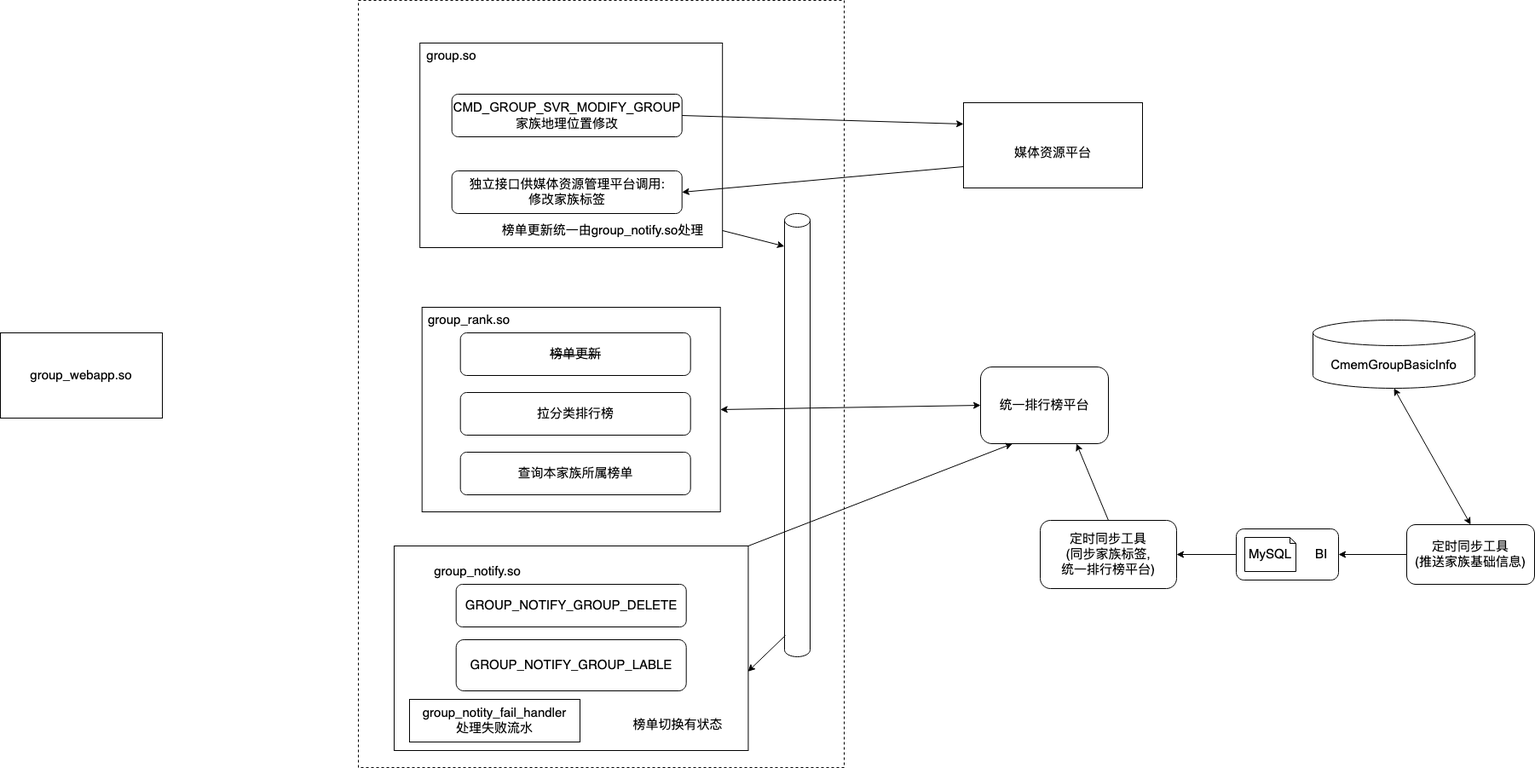
The draw.io diagram 家族榜单切换.png in wu0hgl/note_pic, before a commit. Source tidied: cells renumbered, new cells last; positions are measured from the earlier drawing's top-left corner, leaving out a move shared by most shapes. The source it was exported from:
```xml
<mxGraphModel>
  <root>
    <mxCell id="0" />
    <mxCell id="1" parent="0" />
    <mxCell id="2" style="rounded=0;whiteSpace=wrap;html=1;dashed=1;fontSize=15;" parent="1" vertex="1">
      <mxGeometry x="420" width="570" height="900" as="geometry" />
    </mxCell>
    <mxCell id="3" style="shape=cylinder3;whiteSpace=wrap;html=1;boundedLbl=1;backgroundOutline=1;size=8.000000000000057;fontSize=15;" parent="1" vertex="1">
      <mxGeometry x="920" y="250" width="30" height="520" as="geometry" />
    </mxCell>
    <mxCell id="4" style="rounded=0;whiteSpace=wrap;html=1;fontSize=15;" parent="1" vertex="1">
      <mxGeometry x="492.2" y="50" width="355" height="240" as="geometry" />
    </mxCell>
    <mxCell id="5" value="定时同步工具&lt;br style=&quot;font-size: 15px;&quot;&gt;(推送家族基础信息)" style="rounded=1;whiteSpace=wrap;html=1;fontSize=15;" parent="1" vertex="1">
      <mxGeometry x="1650" y="615" width="150" height="70" as="geometry" />
    </mxCell>
    <mxCell id="6" style="rounded=1;whiteSpace=wrap;html=1;fontSize=15;" parent="1" vertex="1">
      <mxGeometry x="1450" y="620" width="120" height="60" as="geometry" />
    </mxCell>
    <mxCell id="7" style="endArrow=classic;html=1;exitX=0;exitY=0.5;exitDx=0;exitDy=0;entryX=1;entryY=0.5;entryDx=0;entryDy=0;fontSize=15;" parent="1" edge="1" source="5" target="8">
      <mxGeometry relative="1" as="geometry" />
    </mxCell>
    <mxCell id="8" value="BI" style="text;html=1;strokeColor=none;fillColor=none;align=center;verticalAlign=middle;whiteSpace=wrap;rounded=0;fontSize=15;" parent="1" vertex="1">
      <mxGeometry x="1530" y="640" width="40" height="20" as="geometry" />
    </mxCell>
    <mxCell id="9" value="MySQL" style="shape=note;whiteSpace=wrap;html=1;backgroundOutline=1;darkOpacity=0.05;size=7;fontSize=15;" parent="1" vertex="1">
      <mxGeometry x="1460" y="630" width="60" height="40" as="geometry" />
    </mxCell>
    <mxCell id="10" value="统一排行榜平台" style="rounded=1;whiteSpace=wrap;html=1;fontSize=15;" parent="1" vertex="1">
      <mxGeometry x="1150" y="430" width="150" height="90" as="geometry" />
    </mxCell>
    <mxCell id="11" value="定时同步工具&lt;br style=&quot;font-size: 15px;&quot;&gt;(同步家族标签,&lt;br style=&quot;font-size: 15px;&quot;&gt;统一排行榜平台)" style="rounded=1;whiteSpace=wrap;html=1;fontSize=15;" parent="1" vertex="1">
      <mxGeometry x="1220" y="610" width="160" height="80" as="geometry" />
    </mxCell>
    <mxCell id="12" style="endArrow=classic;html=1;exitX=0;exitY=0.5;exitDx=0;exitDy=0;entryX=1;entryY=0.5;entryDx=0;entryDy=0;fontSize=15;" parent="1" edge="1" source="6" target="11">
      <mxGeometry relative="1" as="geometry" />
    </mxCell>
    <mxCell id="13" style="endArrow=classic;html=1;exitX=0.5;exitY=0;exitDx=0;exitDy=0;entryX=0.75;entryY=1;entryDx=0;entryDy=0;fontSize=15;" parent="1" edge="1" source="11" target="10">
      <mxGeometry relative="1" as="geometry" />
    </mxCell>
    <mxCell id="14" value="独立接口供媒体资源管理平台调用: &lt;br&gt;修改家族标签" style="rounded=1;whiteSpace=wrap;html=1;fontSize=15;" parent="1" vertex="1">
      <mxGeometry x="529.7" y="200" width="270" height="50" as="geometry" />
    </mxCell>
    <mxCell id="15" value="group.so" style="text;html=1;strokeColor=none;fillColor=none;align=center;verticalAlign=middle;whiteSpace=wrap;rounded=0;fontSize=15;" parent="1" vertex="1">
      <mxGeometry x="492.2" y="50" width="75" height="30" as="geometry" />
    </mxCell>
    <mxCell id="16" value="&lt;span style=&quot;font-family: &amp;quot;arial&amp;quot;; font-size: 15px; color: rgb(0, 0, 0); font-weight: normal; font-style: normal; text-decoration: none;&quot;&gt;CmemGroupBasicInfo&lt;/span&gt;" style="shape=cylinder3;whiteSpace=wrap;html=1;boundedLbl=1;backgroundOutline=1;size=15;fontSize=15;" parent="1" vertex="1">
      <mxGeometry x="1540" y="375" width="190" height="80" as="geometry" />
    </mxCell>
    <mxCell id="17" value="&lt;span style=&quot;font-family: &amp;#34;arial&amp;#34; ; font-size: 15px ; color: rgb(0 , 0 , 0) ; font-weight: normal ; font-style: normal ; text-decoration: none&quot;&gt;CMD_GROUP_SVR_MODIFY_GROUP&lt;br style=&quot;font-size: 15px&quot;&gt;家族地理位置修改&lt;br style=&quot;font-size: 15px&quot;&gt;&lt;/span&gt;" style="rounded=1;whiteSpace=wrap;html=1;fontSize=15;" parent="1" vertex="1">
      <mxGeometry x="529.7" y="110" width="270" height="50" as="geometry" />
    </mxCell>
    <mxCell id="18" style="endArrow=classic;startArrow=classic;html=1;exitX=0.5;exitY=0;exitDx=0;exitDy=0;entryX=0.5;entryY=1;entryDx=0;entryDy=0;entryPerimeter=0;fontSize=15;" parent="1" edge="1" source="5" target="16">
      <mxGeometry relative="1" as="geometry" />
    </mxCell>
    <mxCell id="19" style="rounded=0;whiteSpace=wrap;html=1;fontSize=15;" parent="1" vertex="1">
      <mxGeometry x="494.7" y="360" width="350" height="240" as="geometry" />
    </mxCell>
    <mxCell id="20" value="&lt;span style=&quot;font-family: &amp;quot;arial&amp;quot;; font-size: 15px; color: rgb(0, 0, 0); font-weight: normal; font-style: normal; text-decoration: none;&quot;&gt;拉分类排行榜&lt;/span&gt;" style="rounded=1;whiteSpace=wrap;html=1;fontSize=15;" parent="1" vertex="1">
      <mxGeometry x="539.7" y="460" width="270" height="50" as="geometry" />
    </mxCell>
    <mxCell id="21" value="group_rank.so" style="text;html=1;strokeColor=none;fillColor=none;align=center;verticalAlign=middle;whiteSpace=wrap;rounded=0;fontSize=15;" parent="1" vertex="1">
      <mxGeometry x="494.7" y="360" width="110" height="30" as="geometry" />
    </mxCell>
    <mxCell id="22" value="&lt;strike&gt;榜单更新&lt;/strike&gt;" style="rounded=1;whiteSpace=wrap;html=1;fontSize=15;" parent="1" vertex="1">
      <mxGeometry x="539.7" y="390" width="270" height="50" as="geometry" />
    </mxCell>
    <mxCell id="23" value="查询本家族所属榜单" style="rounded=1;whiteSpace=wrap;html=1;fontSize=15;" parent="1" vertex="1">
      <mxGeometry x="539.7" y="530" width="270" height="50" as="geometry" />
    </mxCell>
    <mxCell id="24" style="endArrow=classic;startArrow=classic;html=1;exitX=1;exitY=0.5;exitDx=0;exitDy=0;entryX=0;entryY=0.5;entryDx=0;entryDy=0;fontSize=15;" parent="1" edge="1" source="19" target="10">
      <mxGeometry relative="1" as="geometry" />
    </mxCell>
    <mxCell id="25" style="rounded=0;whiteSpace=wrap;html=1;fontSize=15;" parent="1" vertex="1">
      <mxGeometry x="462" y="640" width="415.5" height="240" as="geometry" />
    </mxCell>
    <mxCell id="26" value="group_notify.so" style="text;html=1;strokeColor=none;fillColor=none;align=center;verticalAlign=middle;whiteSpace=wrap;rounded=0;fontSize=15;" parent="1" vertex="1">
      <mxGeometry x="499.7" y="650" width="120.3" height="40" as="geometry" />
    </mxCell>
    <mxCell id="27" value="GROUP_NOTIFY_GROUP_DELETE" style="rounded=1;whiteSpace=wrap;html=1;fontSize=15;" parent="1" vertex="1">
      <mxGeometry x="534.7" y="685" width="270" height="50" as="geometry" />
    </mxCell>
    <mxCell id="28" value="group_notity_fail_handler&lt;br style=&quot;font-size: 15px;&quot;&gt;处理失败流水" style="rounded=0;whiteSpace=wrap;html=1;fontSize=15;" parent="1" vertex="1">
      <mxGeometry x="480" y="820" width="200" height="50" as="geometry" />
    </mxCell>
    <mxCell id="29" style="endArrow=classic;html=1;exitX=1;exitY=0;exitDx=0;exitDy=0;entryX=0.25;entryY=1;entryDx=0;entryDy=0;fontSize=15;" parent="1" edge="1" source="25" target="10">
      <mxGeometry relative="1" as="geometry" />
    </mxCell>
    <mxCell id="30" value="group_webapp.so" style="rounded=0;whiteSpace=wrap;html=1;fontSize=15;" parent="1" vertex="1">
      <mxGeometry y="390" width="190" height="100" as="geometry" />
    </mxCell>
    <mxCell id="31" value="&lt;div&gt;&lt;br&gt;&lt;/div&gt;&lt;div&gt;媒体资源平台&lt;br&gt;&lt;/div&gt;" style="rounded=0;whiteSpace=wrap;html=1;fontSize=15;" parent="1" vertex="1">
      <mxGeometry x="1130" y="120" width="210" height="100" as="geometry" />
    </mxCell>
    <mxCell id="32" style="endArrow=classic;html=1;fontSize=15;exitX=1;exitY=0.5;exitDx=0;exitDy=0;entryX=0;entryY=0.25;entryDx=0;entryDy=0;" parent="1" edge="1" source="17" target="31">
      <mxGeometry relative="1" as="geometry" />
    </mxCell>
    <mxCell id="33" style="endArrow=classic;html=1;fontSize=15;exitX=0;exitY=0.75;exitDx=0;exitDy=0;entryX=1;entryY=0.5;entryDx=0;entryDy=0;" parent="1" edge="1" source="31" target="14">
      <mxGeometry relative="1" as="geometry" />
    </mxCell>
    <mxCell id="34" value="榜单更新统一由group_notify.so处理" style="text;html=1;strokeColor=none;fillColor=none;align=center;verticalAlign=middle;whiteSpace=wrap;rounded=0;dashed=1;fontSize=15;" parent="1" vertex="1">
      <mxGeometry x="567.2" y="250" width="280" height="40" as="geometry" />
    </mxCell>
    <mxCell id="35" value="GROUP_NOTIFY_GROUP_LABLE" style="rounded=1;whiteSpace=wrap;html=1;fontSize=15;" parent="1" vertex="1">
      <mxGeometry x="534.7" y="750" width="270" height="60" as="geometry" />
    </mxCell>
    <mxCell id="36" value="榜单切换有状态" style="text;html=1;strokeColor=none;fillColor=none;align=center;verticalAlign=middle;whiteSpace=wrap;rounded=0;dashed=1;fontSize=15;" parent="1" vertex="1">
      <mxGeometry x="730" y="830" width="130" height="40" as="geometry" />
    </mxCell>
    <mxCell id="37" style="endArrow=classic;html=1;fontSize=15;exitX=1;exitY=0.5;exitDx=0;exitDy=0;entryX=-0.006;entryY=0.074;entryDx=0;entryDy=0;entryPerimeter=0;" parent="1" edge="1" source="34" target="3">
      <mxGeometry relative="1" as="geometry" />
    </mxCell>
    <mxCell id="38" style="endArrow=classic;html=1;fontSize=15;exitX=0.033;exitY=0.952;exitDx=0;exitDy=0;exitPerimeter=0;entryX=0.999;entryY=0.614;entryDx=0;entryDy=0;entryPerimeter=0;" parent="1" edge="1" source="3" target="25">
      <mxGeometry relative="1" as="geometry" />
    </mxCell>
  </root>
</mxGraphModel>
```
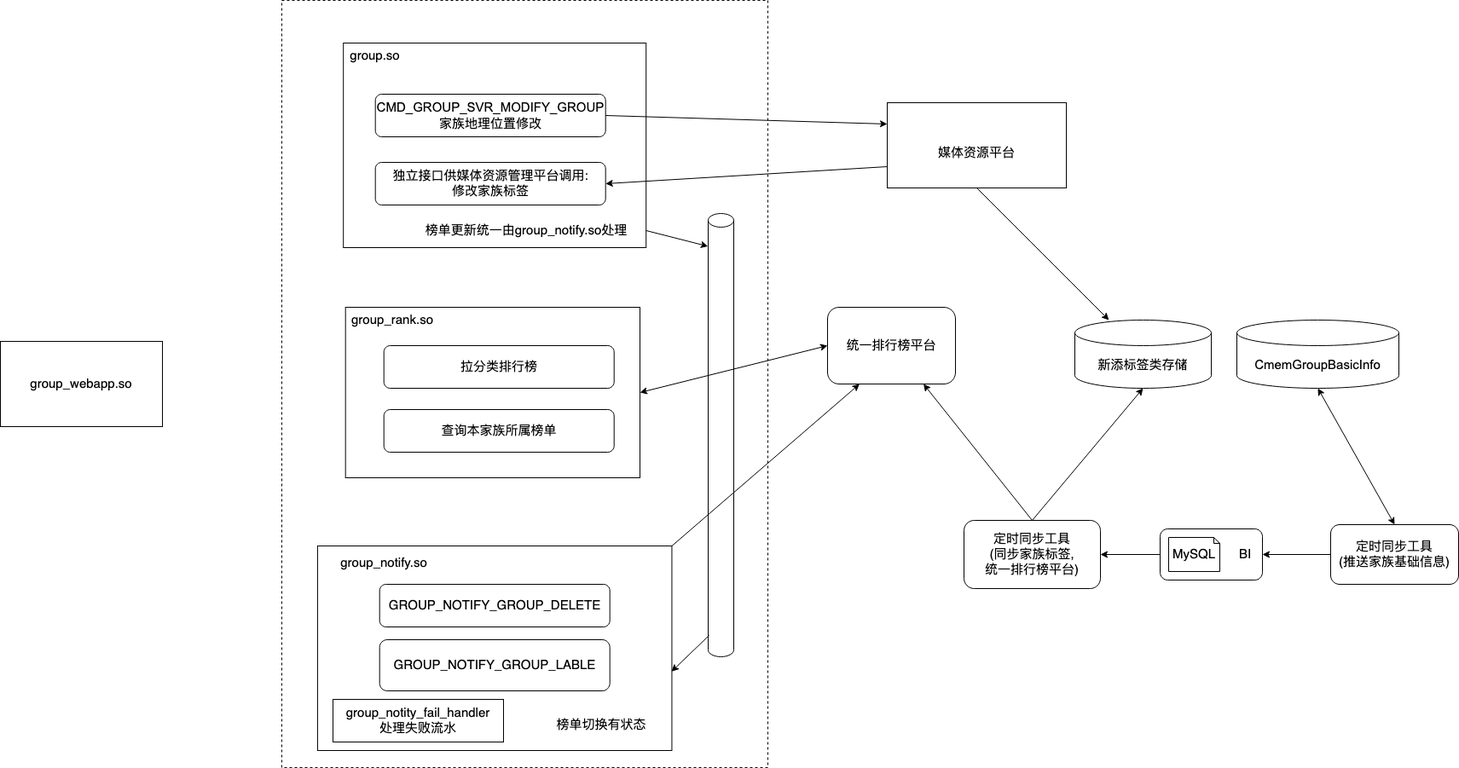
The same diagram one commit later.

Commit message:
更新家族榜单切换.png

What changed in the source:
```diff
@@ -27,7 +27,7 @@
       <mxGeometry x="1460" y="630" width="60" height="40" as="geometry" />
     </mxCell>
     <mxCell id="10" value="统一排行榜平台" style="rounded=1;whiteSpace=wrap;html=1;fontSize=15;" parent="1" vertex="1">
-      <mxGeometry x="1150" y="430" width="150" height="90" as="geometry" />
+      <mxGeometry x="1060" y="360" width="150" height="90" as="geometry" />
     </mxCell>
     <mxCell id="11" value="定时同步工具&lt;br style=&quot;font-size: 15px;&quot;&gt;(同步家族标签,&lt;br style=&quot;font-size: 15px;&quot;&gt;统一排行榜平台)" style="rounded=1;whiteSpace=wrap;html=1;fontSize=15;" parent="1" vertex="1">
       <mxGeometry x="1220" y="610" width="160" height="80" as="geometry" />
@@ -39,7 +39,7 @@
       <mxGeometry relative="1" as="geometry" />
     </mxCell>
     <mxCell id="14" value="独立接口供媒体资源管理平台调用: &lt;br&gt;修改家族标签" style="rounded=1;whiteSpace=wrap;html=1;fontSize=15;" parent="1" vertex="1">
-      <mxGeometry x="529.7" y="200" width="270" height="50" as="geometry" />
+      <mxGeometry x="529.7" y="190" width="270" height="50" as="geometry" />
     </mxCell>
     <mxCell id="15" value="group.so" style="text;html=1;strokeColor=none;fillColor=none;align=center;verticalAlign=middle;whiteSpace=wrap;rounded=0;fontSize=15;" parent="1" vertex="1">
       <mxGeometry x="492.2" y="50" width="75" height="30" as="geometry" />
@@ -54,19 +54,16 @@
       <mxGeometry relative="1" as="geometry" />
     </mxCell>
     <mxCell id="19" style="rounded=0;whiteSpace=wrap;html=1;fontSize=15;" parent="1" vertex="1">
-      <mxGeometry x="494.7" y="360" width="350" height="240" as="geometry" />
+      <mxGeometry x="494.7" y="360" width="345.3" height="200" as="geometry" />
     </mxCell>
     <mxCell id="20" value="&lt;span style=&quot;font-family: &amp;quot;arial&amp;quot;; font-size: 15px; color: rgb(0, 0, 0); font-weight: normal; font-style: normal; text-decoration: none;&quot;&gt;拉分类排行榜&lt;/span&gt;" style="rounded=1;whiteSpace=wrap;html=1;fontSize=15;" parent="1" vertex="1">
-      <mxGeometry x="539.7" y="460" width="270" height="50" as="geometry" />
+      <mxGeometry x="539.7" y="405" width="270" height="50" as="geometry" />
     </mxCell>
     <mxCell id="21" value="group_rank.so" style="text;html=1;strokeColor=none;fillColor=none;align=center;verticalAlign=middle;whiteSpace=wrap;rounded=0;fontSize=15;" parent="1" vertex="1">
       <mxGeometry x="494.7" y="360" width="110" height="30" as="geometry" />
     </mxCell>
-    <mxCell id="22" value="&lt;strike&gt;榜单更新&lt;/strike&gt;" style="rounded=1;whiteSpace=wrap;html=1;fontSize=15;" parent="1" vertex="1">
-      <mxGeometry x="539.7" y="390" width="270" height="50" as="geometry" />
-    </mxCell>
     <mxCell id="23" value="查询本家族所属榜单" style="rounded=1;whiteSpace=wrap;html=1;fontSize=15;" parent="1" vertex="1">
-      <mxGeometry x="539.7" y="530" width="270" height="50" as="geometry" />
+      <mxGeometry x="539.7" y="480" width="270" height="50" as="geometry" />
     </mxCell>
     <mxCell id="24" style="endArrow=classic;startArrow=classic;html=1;exitX=1;exitY=0.5;exitDx=0;exitDy=0;entryX=0;entryY=0.5;entryDx=0;entryDy=0;fontSize=15;" parent="1" edge="1" source="19" target="10">
       <mxGeometry relative="1" as="geometry" />
@@ -75,7 +72,7 @@
       <mxGeometry x="462" y="640" width="415.5" height="240" as="geometry" />
     </mxCell>
     <mxCell id="26" value="group_notify.so" style="text;html=1;strokeColor=none;fillColor=none;align=center;verticalAlign=middle;whiteSpace=wrap;rounded=0;fontSize=15;" parent="1" vertex="1">
-      <mxGeometry x="499.7" y="650" width="120.3" height="40" as="geometry" />
+      <mxGeometry x="480" y="640" width="120.3" height="40" as="geometry" />
     </mxCell>
     <mxCell id="27" value="GROUP_NOTIFY_GROUP_DELETE" style="rounded=1;whiteSpace=wrap;html=1;fontSize=15;" parent="1" vertex="1">
       <mxGeometry x="534.7" y="685" width="270" height="50" as="geometry" />
@@ -87,7 +84,7 @@
       <mxGeometry relative="1" as="geometry" />
     </mxCell>
     <mxCell id="30" value="group_webapp.so" style="rounded=0;whiteSpace=wrap;html=1;fontSize=15;" parent="1" vertex="1">
-      <mxGeometry y="390" width="190" height="100" as="geometry" />
+      <mxGeometry x="90" y="400" width="190" height="100" as="geometry" />
     </mxCell>
     <mxCell id="31" value="&lt;div&gt;&lt;br&gt;&lt;/div&gt;&lt;div&gt;媒体资源平台&lt;br&gt;&lt;/div&gt;" style="rounded=0;whiteSpace=wrap;html=1;fontSize=15;" parent="1" vertex="1">
       <mxGeometry x="1130" y="120" width="210" height="100" as="geometry" />
@@ -113,5 +110,14 @@
     <mxCell id="38" style="endArrow=classic;html=1;fontSize=15;exitX=0.033;exitY=0.952;exitDx=0;exitDy=0;exitPerimeter=0;entryX=0.999;entryY=0.614;entryDx=0;entryDy=0;entryPerimeter=0;" parent="1" edge="1" source="3" target="25">
       <mxGeometry relative="1" as="geometry" />
     </mxCell>
+    <mxCell id="39" value="新添标签类存储" style="shape=cylinder3;whiteSpace=wrap;html=1;boundedLbl=1;backgroundOutline=1;size=15;fontSize=15;" parent="1" vertex="1">
+      <mxGeometry x="1350" y="375" width="160" height="80" as="geometry" />
+    </mxCell>
+    <mxCell id="40" style="endArrow=classic;html=1;fontSize=15;exitX=0.5;exitY=1;exitDx=0;exitDy=0;" parent="1" edge="1" source="31" target="39">
+      <mxGeometry relative="1" as="geometry" />
+    </mxCell>
+    <mxCell id="41" style="endArrow=classic;html=1;fontSize=15;entryX=0.5;entryY=1;entryDx=0;entryDy=0;entryPerimeter=0;exitX=0.5;exitY=0;exitDx=0;exitDy=0;" parent="1" edge="1" source="11" target="39">
+      <mxGeometry relative="1" as="geometry" />
+    </mxCell>
   </root>
 </mxGraphModel>
```
